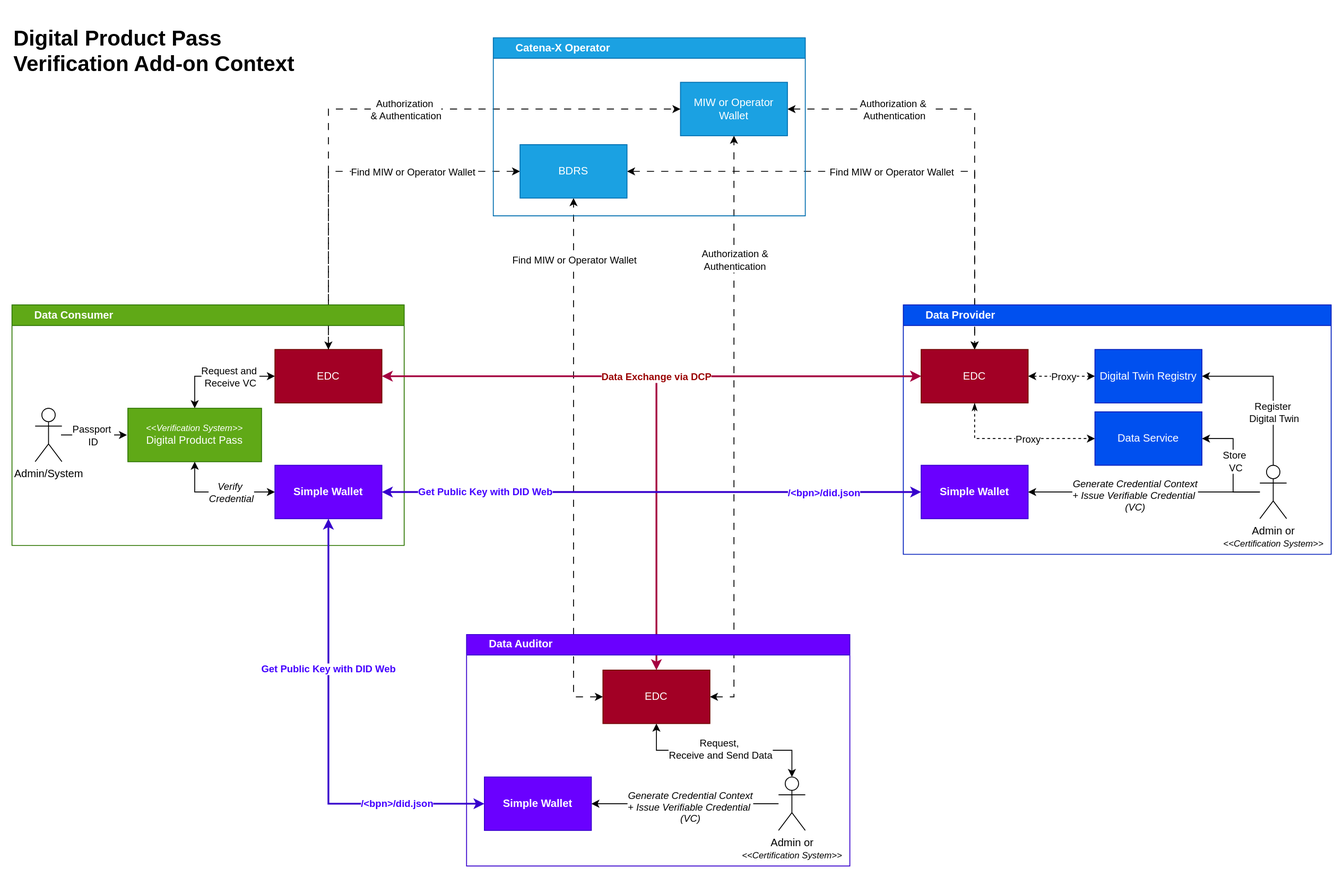
Above: dpp-verification/resources/implementation/context-diagram.svg in eclipse-tractusx/digital-product-pass (draw.io), before the change. Source tidied: cells renumbered, new cells last; positions are measured from the earlier drawing's top-left corner, leaving out a move shared by most shapes.
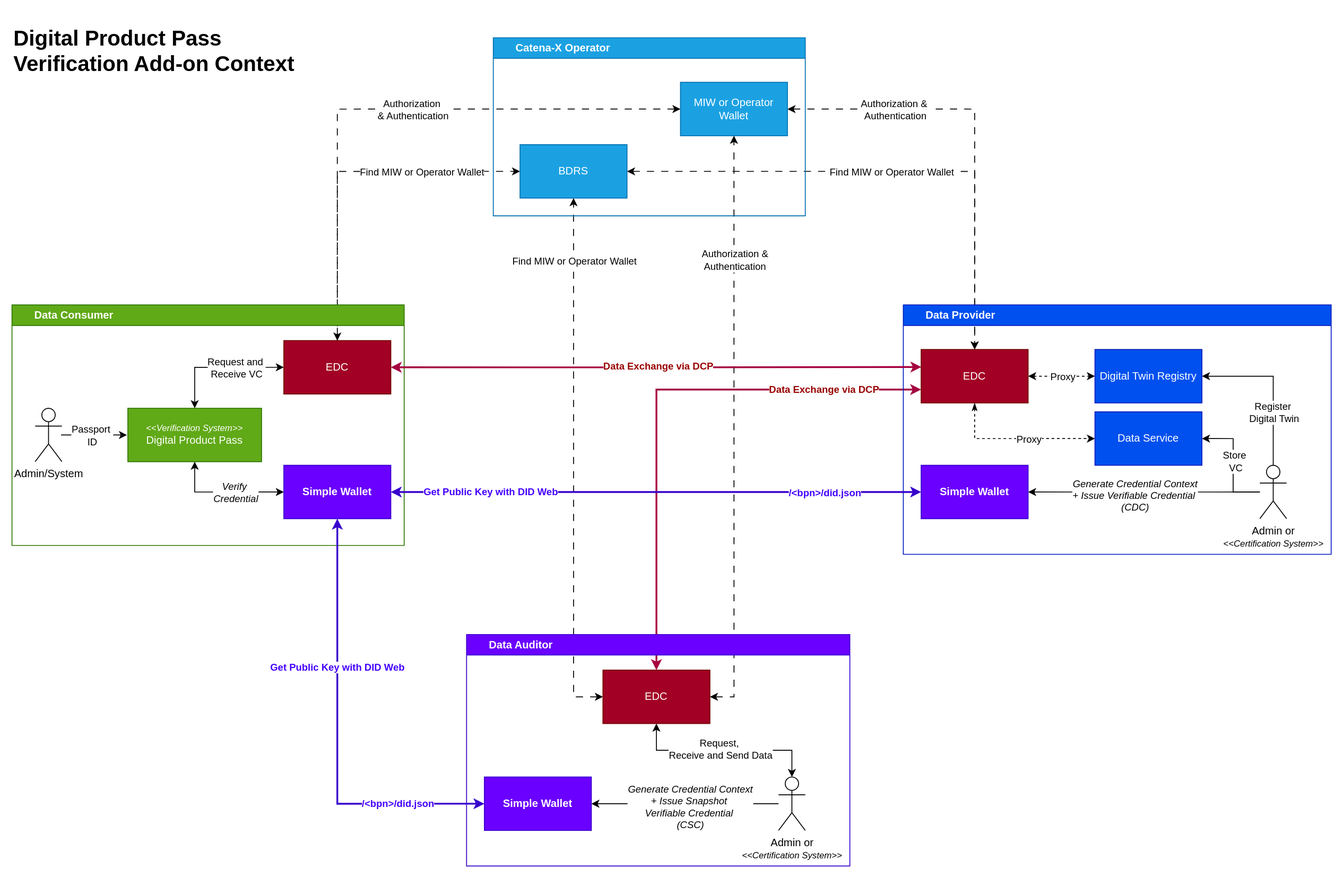
Later version of the same file.

The edit, as a diff of the source:
```diff
@@ -58,8 +58,12 @@
         <mxPoint x="-1" y="-356" as="offset" />
       </mxGeometry>
     </mxCell>
-    <mxCell id="14" style="edgeStyle=orthogonalEdgeStyle;rounded=0;jettySize=auto;html=1;exitX=0.5;exitY=0;exitDx=0;exitDy=0;entryX=0;entryY=0.5;entryDx=0;entryDy=0;strokeWidth=2;startArrow=classic;startFill=1;fillColor=#d80073;strokeColor=#A50040;" parent="1" edge="1" source="51" target="36">
-      <mxGeometry relative="1" as="geometry" />
+    <mxCell id="14" style="edgeStyle=orthogonalEdgeStyle;rounded=0;jettySize=auto;html=1;exitX=0.5;exitY=0;exitDx=0;exitDy=0;entryX=0;entryY=0.75;entryDx=0;entryDy=0;strokeWidth=2;startArrow=classic;startFill=1;fillColor=#d80073;strokeColor=#A50040;" parent="1" edge="1" source="51" target="36">
+      <mxGeometry relative="1" as="geometry">
+        <Array as="points">
+          <mxPoint x="723" y="395" />
+        </Array>
+      </mxGeometry>
     </mxCell>
     <mxCell id="15" value="&amp;nbsp; &amp;nbsp; &amp;nbsp; &amp;nbsp;Data Consumer" style="swimlane;whiteSpace=wrap;html=1;align=left;fillColor=#60a917;fontColor=#ffffff;strokeColor=#2D7600;" parent="1" vertex="1">
       <mxGeometry y="300" width="440" height="270" as="geometry" />
@@ -91,17 +95,17 @@
     </mxCell>
     <mxCell id="22" value="Request and&amp;nbsp;&lt;div&gt;Receive VC&lt;/div&gt;" style="edgeLabel;html=1;align=center;verticalAlign=middle;" parent="21" vertex="1">
       <mxGeometry x="-0.09" y="1" relative="1" as="geometry">
-        <mxPoint x="18" y="1" as="offset" />
+        <mxPoint x="26" y="1" as="offset" />
       </mxGeometry>
     </mxCell>
     <mxCell id="23" value="&lt;div style=&quot;font-size: 10px;&quot;&gt;&lt;i style=&quot;&quot;&gt;&lt;font style=&quot;font-size: 10px;&quot;&gt;&amp;lt;&amp;lt;Verification System&amp;gt;&amp;gt;&lt;/font&gt;&lt;/i&gt;&lt;/div&gt;Digital Product Pass" style="rounded=0;whiteSpace=wrap;html=1;fillColor=#60a917;fontColor=#ffffff;strokeColor=#2D7600;" parent="15" vertex="1">
       <mxGeometry x="130" y="116" width="150" height="60" as="geometry" />
     </mxCell>
     <mxCell id="24" value="&lt;b&gt;Simple Wallet&lt;/b&gt;" style="rounded=0;whiteSpace=wrap;html=1;fillColor=#6a00ff;fontColor=#ffffff;strokeColor=#3700CC;" parent="15" vertex="1">
-      <mxGeometry x="295" y="180" width="120" height="60" as="geometry" />
+      <mxGeometry x="305" y="180" width="120" height="60" as="geometry" />
     </mxCell>
     <mxCell id="25" value="EDC" style="rounded=0;whiteSpace=wrap;html=1;fillColor=#a20025;fontColor=#ffffff;strokeColor=#6F0000;" parent="15" vertex="1">
-      <mxGeometry x="295" y="50" width="120" height="60" as="geometry" />
+      <mxGeometry x="305" y="40" width="120" height="60" as="geometry" />
     </mxCell>
     <mxCell id="26" value="&amp;nbsp; &amp;nbsp; &amp;nbsp; &amp;nbsp;Data Provider" style="swimlane;whiteSpace=wrap;html=1;align=left;fillColor=#0050ef;fontColor=#ffffff;strokeColor=#001DBC;" parent="1" vertex="1">
       <mxGeometry x="1000" y="300" width="480" height="280" as="geometry" />
@@ -163,17 +167,17 @@
         <mxPoint x="400" y="210" as="targetPoint" />
       </mxGeometry>
     </mxCell>
-    <mxCell id="41" value="&lt;i&gt;Generate Credential Context&lt;/i&gt;&lt;div&gt;&lt;/div&gt;&lt;div&gt;&lt;i&gt;+ Issue Verifiable Credential&amp;nbsp;&lt;/i&gt;&lt;/div&gt;&lt;div&gt;&lt;i&gt;(VC)&lt;/i&gt;&lt;/div&gt;" style="edgeLabel;html=1;align=center;verticalAlign=middle;" parent="40" vertex="1">
+    <mxCell id="41" value="&lt;i&gt;Generate Credential Context&lt;/i&gt;&lt;div&gt;&lt;/div&gt;&lt;div&gt;&lt;i&gt;+ Issue Verifiable Credential&amp;nbsp;&lt;/i&gt;&lt;/div&gt;&lt;div&gt;&lt;i&gt;(CDC)&lt;/i&gt;&lt;/div&gt;" style="edgeLabel;html=1;align=center;verticalAlign=middle;" parent="40" vertex="1">
       <mxGeometry x="-0.31" y="-2" relative="1" as="geometry">
         <mxPoint x="29" y="1" as="offset" />
       </mxGeometry>
     </mxCell>
-    <mxCell id="42" style="edgeStyle=orthogonalEdgeStyle;rounded=0;jettySize=auto;html=1;exitX=1;exitY=0.5;exitDx=0;exitDy=0;entryX=0;entryY=0.5;entryDx=0;entryDy=0;startArrow=classic;startFill=1;strokeWidth=2;fillColor=#d80073;strokeColor=#A50040;" parent="1" edge="1" source="25" target="36">
+    <mxCell id="42" style="edgeStyle=orthogonalEdgeStyle;rounded=0;jettySize=auto;html=1;exitX=1;exitY=0.5;exitDx=0;exitDy=0;startArrow=classic;startFill=1;strokeWidth=2;fillColor=#d80073;strokeColor=#A50040;entryX=0.002;entryY=0.328;entryDx=0;entryDy=0;entryPerimeter=0;" parent="1" edge="1" source="25" target="36">
       <mxGeometry relative="1" as="geometry" />
     </mxCell>
     <mxCell id="43" value="&lt;b style=&quot;&quot;&gt;&lt;font color=&quot;#990000&quot;&gt;Data Exchange via DCP&lt;/font&gt;&lt;/b&gt;" style="edgeLabel;html=1;align=center;verticalAlign=middle;" parent="42" vertex="1">
       <mxGeometry x="0.06" y="2" relative="1" as="geometry">
-        <mxPoint x="-15" y="2" as="offset" />
+        <mxPoint x="-17" y="1" as="offset" />
       </mxGeometry>
     </mxCell>
     <mxCell id="44" value="&amp;nbsp; &amp;nbsp; &amp;nbsp; &amp;nbsp;Catena-X Operator" style="swimlane;whiteSpace=wrap;html=1;align=left;fillColor=#1ba1e2;fontColor=#ffffff;strokeColor=#006EAF;" parent="1" vertex="1">
@@ -191,7 +195,7 @@
     <mxCell id="48" style="edgeStyle=orthogonalEdgeStyle;rounded=0;jettySize=auto;html=1;entryX=1;entryY=0.5;entryDx=0;entryDy=0;" parent="47" edge="1" source="50" target="52">
       <mxGeometry relative="1" as="geometry" />
     </mxCell>
-    <mxCell id="49" value="&lt;i&gt;Generate Credential Context&lt;/i&gt;&lt;div&gt;&lt;/div&gt;&lt;div&gt;&lt;i&gt;+ Issue Verifiable Credential&amp;nbsp;&lt;/i&gt;&lt;/div&gt;&lt;div&gt;&lt;i&gt;(VC)&lt;/i&gt;&lt;/div&gt;" style="edgeLabel;html=1;align=center;verticalAlign=middle;" parent="48" vertex="1">
+    <mxCell id="49" value="&lt;i&gt;Generate Credential Context&lt;/i&gt;&lt;div&gt;&lt;/div&gt;&lt;div&gt;&lt;i&gt;+ Issue Snapshot&amp;nbsp;&lt;/i&gt;&lt;/div&gt;&lt;div&gt;&lt;i&gt;Verifiable Credential&amp;nbsp;&lt;/i&gt;&lt;/div&gt;&lt;div&gt;&lt;i&gt;(CSC)&lt;/i&gt;&lt;/div&gt;" style="edgeLabel;html=1;align=center;verticalAlign=middle;" parent="48" vertex="1">
       <mxGeometry x="-0.26" relative="1" as="geometry">
         <mxPoint x="-22" y="3" as="offset" />
       </mxGeometry>
@@ -240,5 +244,8 @@
     <mxCell id="61" value="&lt;h1&gt;&lt;b&gt;Digital Product Pass Verification Add-on Context&lt;/b&gt;&lt;/h1&gt;" style="text;html=1;align=left;verticalAlign=middle;whiteSpace=wrap;rounded=0;" parent="1" vertex="1">
       <mxGeometry width="370" height="30" as="geometry" />
     </mxCell>
+    <mxCell id="62" value="&lt;b style=&quot;&quot;&gt;&lt;font color=&quot;#990000&quot;&gt;Data Exchange via DCP&lt;/font&gt;&lt;/b&gt;" style="edgeLabel;html=1;align=center;verticalAlign=middle;" parent="1" vertex="1">
+      <mxGeometry x="910" y="394" as="geometry" />
+    </mxCell>
   </root>
 </mxGraphModel>
```
